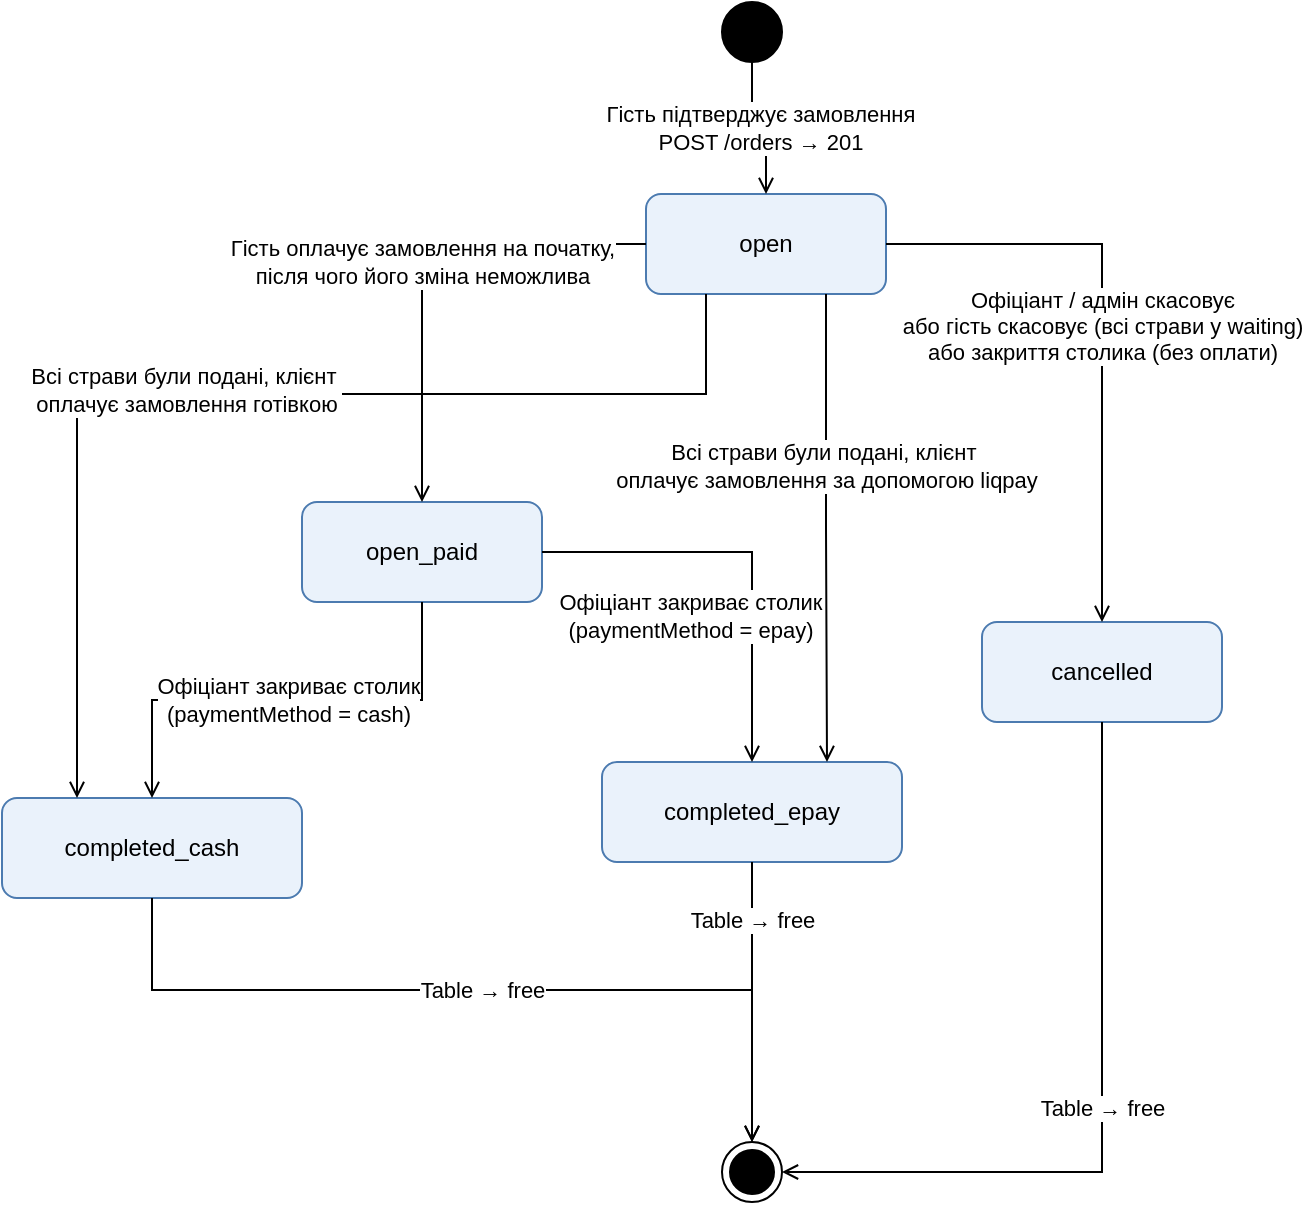
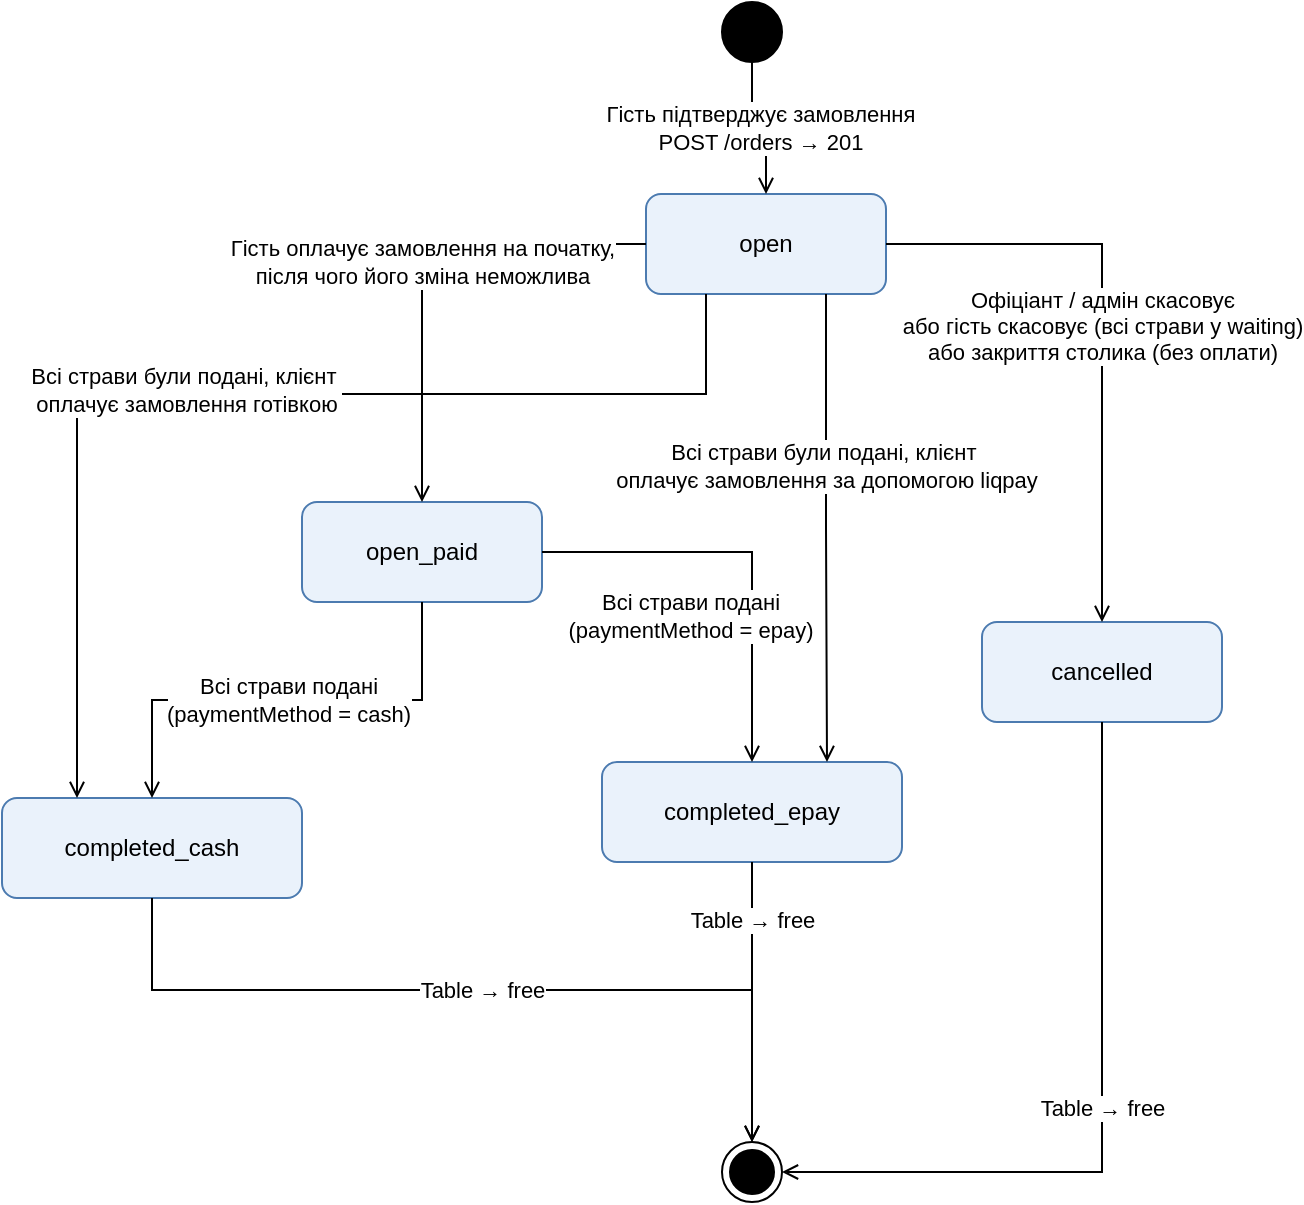
<mxfile host="app.diagrams.net">
  <diagram id="fig35" name="3.5 Стан замовлення">
-     <mxGraphModel dx="857" dy="471" grid="0" gridSize="10" guides="1" tooltips="1" connect="1" arrows="1" fold="1" page="1" pageScale="1" pageWidth="850" pageHeight="700" background="#ffffff" math="0" shadow="0">
+     <mxGraphModel dx="808" dy="444" grid="0" gridSize="10" guides="1" tooltips="1" connect="1" arrows="1" fold="1" page="1" pageScale="1" pageWidth="850" pageHeight="700" background="#ffffff" math="0" shadow="0">
      <root>
        <mxCell id="0" />
        <mxCell id="1" parent="0" />
        <mxCell id="start" parent="1" style="ellipse;html=1;fillColor=#000000;strokeColor=#000000;" value="" vertex="1">
          <mxGeometry height="30" width="30" x="380" y="40" as="geometry" />
        </mxCell>
        <mxCell id="open" parent="1" style="rounded=1;whiteSpace=wrap;html=1;fillColor=#EAF2FB;strokeColor=#4C7BB0;" value="open" vertex="1">
          <mxGeometry height="50" width="120" x="342" y="136" as="geometry" />
        </mxCell>
        <mxCell id="open_paid" parent="1" style="rounded=1;whiteSpace=wrap;html=1;fillColor=#EAF2FB;strokeColor=#4C7BB0;" value="open_paid" vertex="1">
          <mxGeometry height="50" width="120" x="170" y="290" as="geometry" />
        </mxCell>
        <mxCell id="cancelled" parent="1" style="rounded=1;whiteSpace=wrap;html=1;fillColor=#EAF2FB;strokeColor=#4C7BB0;" value="cancelled" vertex="1">
          <mxGeometry height="50" width="120" x="510" y="350" as="geometry" />
        </mxCell>
        <mxCell id="completed_cash" parent="1" style="rounded=1;whiteSpace=wrap;html=1;fillColor=#EAF2FB;strokeColor=#4C7BB0;" value="completed_cash" vertex="1">
          <mxGeometry height="50" width="150" x="20" y="438" as="geometry" />
        </mxCell>
        <mxCell id="completed_epay" parent="1" style="rounded=1;whiteSpace=wrap;html=1;fillColor=#EAF2FB;strokeColor=#4C7BB0;" value="completed_epay" vertex="1">
          <mxGeometry height="50" width="150" x="320" y="420" as="geometry" />
        </mxCell>
        <mxCell id="end" parent="1" style="ellipse;html=1;shape=endState;fillColor=#000000;strokeColor=#000000;" value="" vertex="1">
          <mxGeometry height="30" width="30" x="380" y="610" as="geometry" />
        </mxCell>
        <mxCell id="s1" edge="1" parent="1" source="start" style="edgeStyle=orthogonalEdgeStyle;rounded=0;html=1;endArrow=open;endFill=0;" target="open" value="Гість підтверджує замовлення&#xa;POST /orders → 201">
          <mxGeometry relative="1" as="geometry" />
        </mxCell>
        <mxCell id="s2" edge="1" parent="1" source="open" style="edgeStyle=orthogonalEdgeStyle;rounded=0;html=1;endArrow=open;endFill=0;" target="open_paid" value="Гість оплачує замовлення на початку,&#xa;після чого його зміна неможлива">
          <mxGeometry relative="1" as="geometry" />
        </mxCell>
        <mxCell id="s3" edge="1" parent="1" source="open" style="edgeStyle=orthogonalEdgeStyle;rounded=0;html=1;endArrow=open;endFill=0;" target="cancelled" value="Офіціант / адмін скасовує&#xa;або гість скасовує (всі страви у waiting)&#xa;або закриття столика (без оплати)">
          <mxGeometry relative="1" as="geometry" />
        </mxCell>
-         <mxCell id="s4" edge="1" parent="1" source="open_paid" style="edgeStyle=orthogonalEdgeStyle;rounded=0;html=1;endArrow=open;endFill=0;" target="completed_cash" value="Офіціант закриває столик&#xa;(paymentMethod = cash)">
+         <mxCell id="s4" edge="1" parent="1" source="open_paid" style="edgeStyle=orthogonalEdgeStyle;rounded=0;html=1;endArrow=open;endFill=0;" target="completed_cash" value="Всі страви подані&lt;div&gt;(paymentMethod = cash)&lt;/div&gt;">
          <mxGeometry relative="1" as="geometry" />
        </mxCell>
-         <mxCell id="s5" edge="1" parent="1" source="open_paid" style="edgeStyle=orthogonalEdgeStyle;rounded=0;html=1;endArrow=open;endFill=0;" target="completed_epay" value="Офіціант закриває столик&#xa;(paymentMethod = epay)">
-           <mxGeometry relative="1" x="0.2986" y="-31" as="geometry">
+         <mxCell id="s5" edge="1" parent="1" source="open_paid" style="edgeStyle=orthogonalEdgeStyle;rounded=0;html=1;endArrow=open;endFill=0;" target="completed_epay" value="Всі страви подані&lt;br&gt;(paymentMethod = epay)">
+           <mxGeometry relative="1" x="0.3007" y="-31" as="geometry">
            <mxPoint as="offset" />
          </mxGeometry>
        </mxCell>
        <mxCell id="s6" edge="1" parent="1" source="completed_cash" style="edgeStyle=orthogonalEdgeStyle;rounded=0;html=1;endArrow=open;endFill=0;" target="end" value="Table → free">
          <mxGeometry relative="1" as="geometry">
            <Array as="points">
              <mxPoint x="95" y="534" />
              <mxPoint x="395" y="534" />
            </Array>
          </mxGeometry>
        </mxCell>
        <mxCell id="s7" edge="1" parent="1" source="completed_epay" style="edgeStyle=orthogonalEdgeStyle;rounded=0;html=1;endArrow=open;endFill=0;" target="end" value="Table → free">
          <mxGeometry relative="1" x="-0.5827" as="geometry">
            <mxPoint as="offset" />
          </mxGeometry>
        </mxCell>
        <mxCell id="s8" edge="1" parent="1" source="cancelled" style="edgeStyle=orthogonalEdgeStyle;rounded=0;html=1;endArrow=open;endFill=0;" target="end" value="Table → free">
          <mxGeometry relative="1" as="geometry">
            <Array as="points">
              <mxPoint x="570" y="625" />
            </Array>
          </mxGeometry>
        </mxCell>
        <mxCell id="MPWdlfoOED2tjhTfGnJJ-2" edge="1" parent="1" source="open" style="edgeStyle=orthogonalEdgeStyle;rounded=0;html=1;endArrow=open;endFill=0;exitX=0.75;exitY=1;exitDx=0;exitDy=0;entryX=0.75;entryY=0;entryDx=0;entryDy=0;" target="completed_epay" value="Всі страви були подані, клієнт&amp;nbsp;&lt;div&gt;оплачує замовлення за допомогою liqpay&lt;/div&gt;">
          <mxGeometry relative="1" x="-0.2719" as="geometry">
            <mxPoint as="offset" />
            <mxPoint x="460" y="289" as="sourcePoint" />
            <mxPoint x="565" y="395" as="targetPoint" />
          </mxGeometry>
        </mxCell>
        <mxCell id="MPWdlfoOED2tjhTfGnJJ-4" edge="1" parent="1" source="open" style="edgeStyle=orthogonalEdgeStyle;rounded=0;html=1;endArrow=open;endFill=0;exitX=0.25;exitY=1;exitDx=0;exitDy=0;entryX=0.25;entryY=0;entryDx=0;entryDy=0;" target="completed_cash" value="Всі страви були подані, клієнт&amp;nbsp;&lt;div&gt;оплачує замовлення готівкою&lt;/div&gt;">
          <mxGeometry relative="1" x="0.0946" y="-2" as="geometry">
            <mxPoint as="offset" />
            <Array as="points">
              <mxPoint x="372" y="236" />
              <mxPoint x="57" y="236" />
            </Array>
            <mxPoint x="170" y="267" as="sourcePoint" />
            <mxPoint x="171" y="501" as="targetPoint" />
          </mxGeometry>
        </mxCell>
      </root>
    </mxGraphModel>
  </diagram>
</mxfile>
